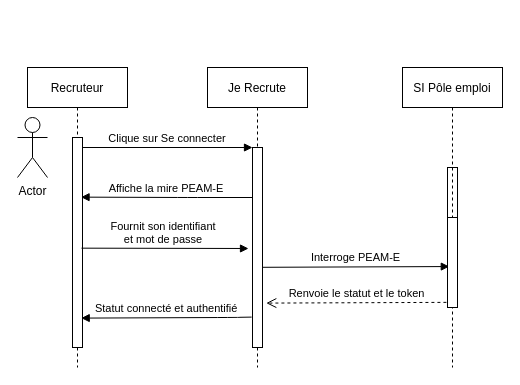
syndrael/je-recrute keeps this draw.io diagram as page "Se connecter avec son compte" (3 of 12) of Je_Recrute.drawio. Above is the earlier version. Source tidied: cells renumbered, new cells numbered last; positions are measured from the earlier drawing's top-left corner, leaving out a move shared by most shapes. Both pictures are drawn from the tidied source at 100%, with x=0, y=0 at pixel (17, 67).
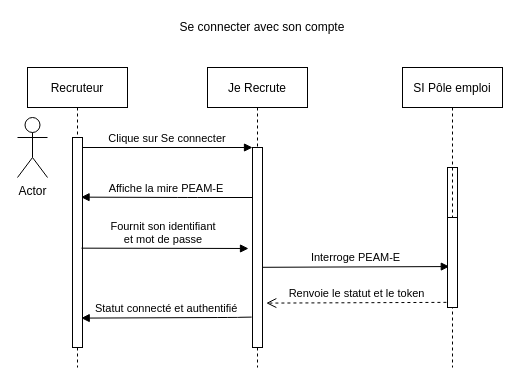
The same page after the edit.

Diff of the diagram source:
```diff
@@
+    <mxCell id="16" value="Se connecter avec son compte" style="text;html=1;strokeColor=none;fillColor=none;align=center;verticalAlign=middle;whiteSpace=wrap;rounded=0;" parent="1" vertex="1">
+      <mxGeometry x="90" y="-50" width="310" height="20" as="geometry" />
+    </mxCell>
```
